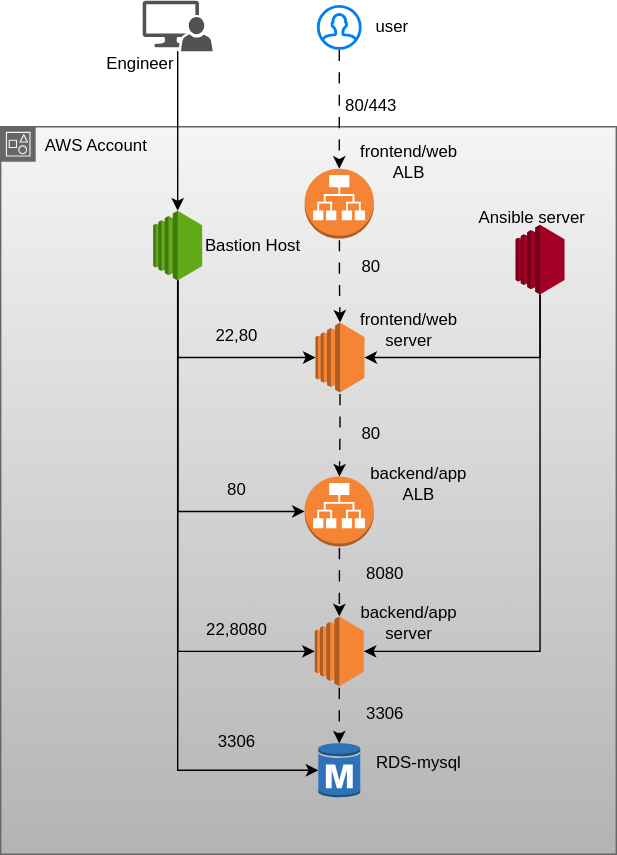
This is dev/expense-dev-basic.svg from sprojexdevops/expense-terraform, a draw.io export, as it was before one commit. Source tidied: cells renumbered, new cells last; positions are measured from the earlier drawing's top-left corner, leaving out a move shared by most shapes.
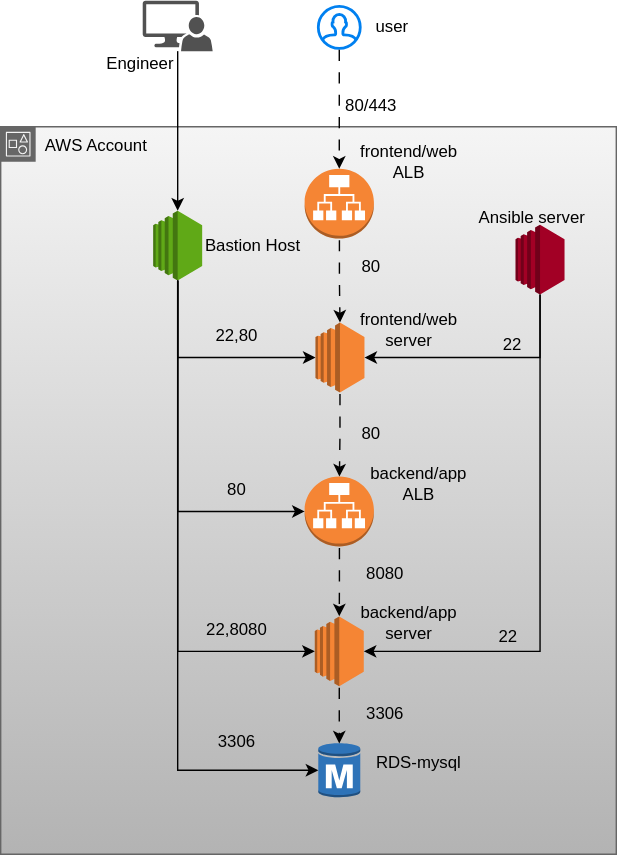
The same file after the commit.

Commit message:
expense cloud terraform

Change to the diagram source:
```diff
@@ -125,6 +125,12 @@
     <mxCell id="34" value="RDS-mysql" style="text;html=1;align=center;verticalAlign=middle;whiteSpace=wrap;rounded=0;" parent="2" vertex="1">
       <mxGeometry x="257" y="440" width="83.8" height="30" as="geometry" />
     </mxCell>
+    <mxCell id="42" value="22" style="text;html=1;align=center;verticalAlign=middle;whiteSpace=wrap;rounded=0;" parent="2" vertex="1">
+      <mxGeometry x="340.8" y="146" width="50" height="20" as="geometry" />
+    </mxCell>
+    <mxCell id="43" value="22" style="text;html=1;align=center;verticalAlign=middle;whiteSpace=wrap;rounded=0;" parent="2" vertex="1">
+      <mxGeometry x="338" y="355" width="50" height="20" as="geometry" />
+    </mxCell>
     <mxCell id="35" style="html=1;verticalLabelPosition=bottom;align=center;labelBackgroundColor=#ffffff;verticalAlign=top;strokeWidth=2;strokeColor=#0080F0;shadow=0;dashed=0;shape=mxgraph.ios7.icons.user;" parent="1" vertex="1">
       <mxGeometry x="227" y="4" width="30" height="30" as="geometry" />
     </mxCell>
```
